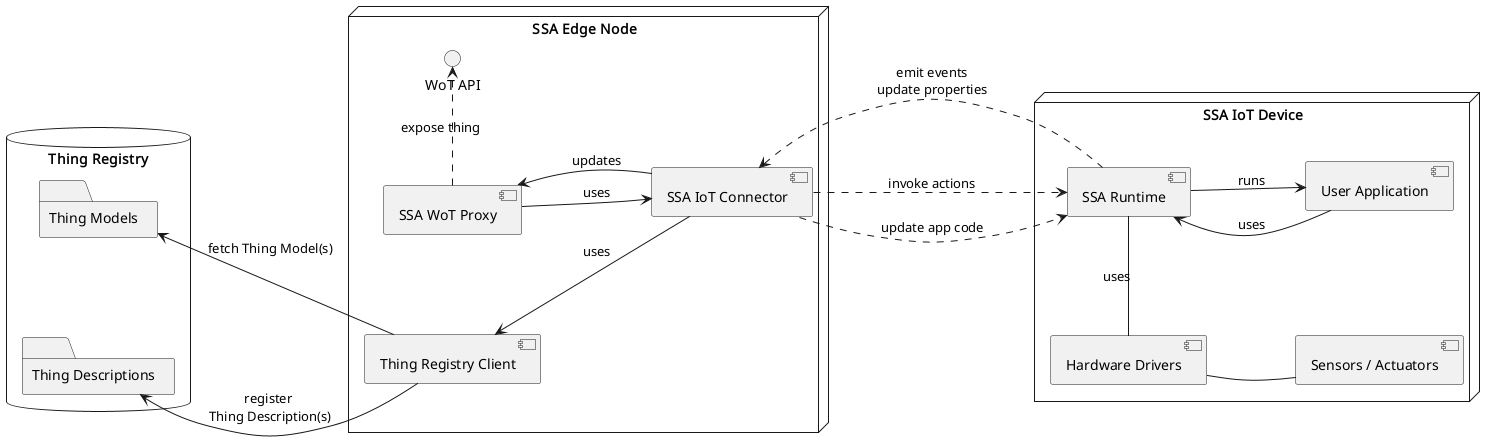
The PlantUML diagram uml/component_proxy.png in les2feup/CityLink, before a commit.
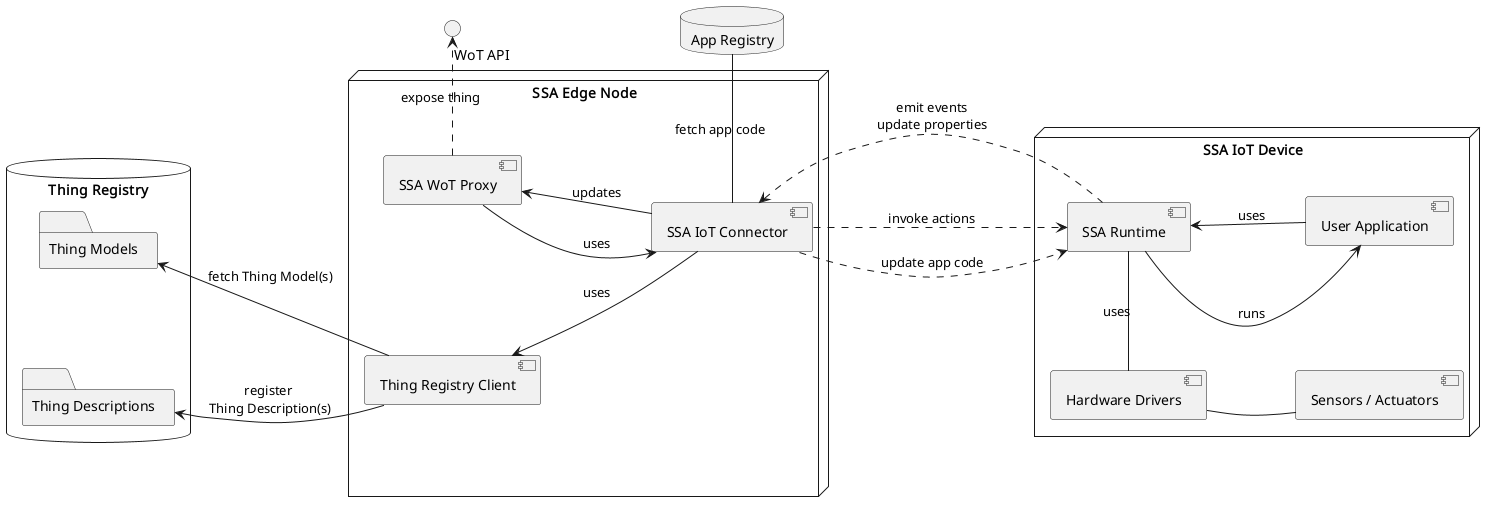
The same file after the commit.

Commit message:
updates to component diagram

Change to the diagram source:
```diff
@@ -2,6 +2,8 @@
 
 left to right direction
 skinparam nodesep 100
+
+() "\t\tWoT API" as wotProt
 
 database "Thing Registry" as db {
     folder "Thing Models" as tms {
@@ -11,17 +13,21 @@
         }
 }
 
+database "App Registry" as appDB {
+}
+
 node "SSA Edge Node" as edgeNode {
-    () "WoT API" as wotProt
 
     [SSA IoT Connector] as ssaIoT
     [SSA WoT Proxy] as ssaProxy
     [Thing Registry Client] as tRClient
 
+
     ssaIoT -u-> ssaProxy : updates
     ssaProxy -d-> ssaIoT : uses
 
     ssaIoT -u-> tRClient : uses
+    ssaIoT -r- appDB : fetch app code
 
     ssaProxy -r.> wotProt : expose thing
 }
@@ -43,7 +49,6 @@
 tRClient -u-> tms : fetch Thing Model(s)
 
 ssaProxy -u[hidden]- tms
-wotProt -u[hidden]- tms
 
 ssaRt -u..> ssaIoT : emit events\nupdate properties
 ssaIoT -d..> ssaRt : invoke actions
```
